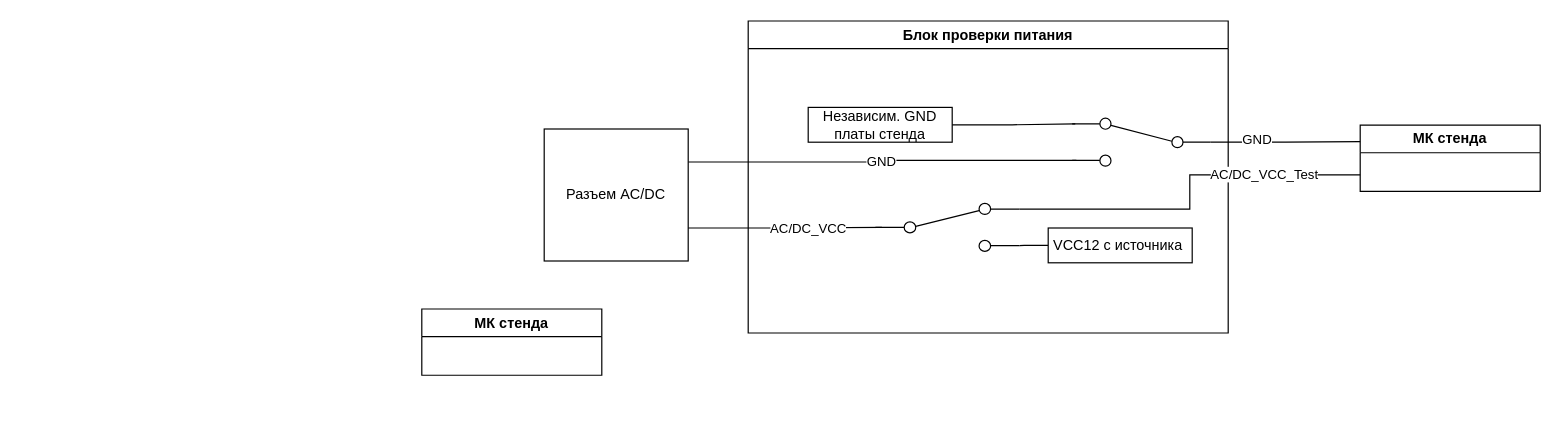
Above: page "Блок проверки питания" (2 of 5) of Schema-BTS/BTS_блок-схема.drawio in SovoN-Niko/Diagrams (draw.io), before the change. Source tidied: cells renumbered, new cells numbered last; positions are measured from the earlier drawing's top-left corner, leaving out a move shared by most shapes. Both pictures are drawn from the tidied source at 120%, with x=0, y=0 at pixel (421, 20).
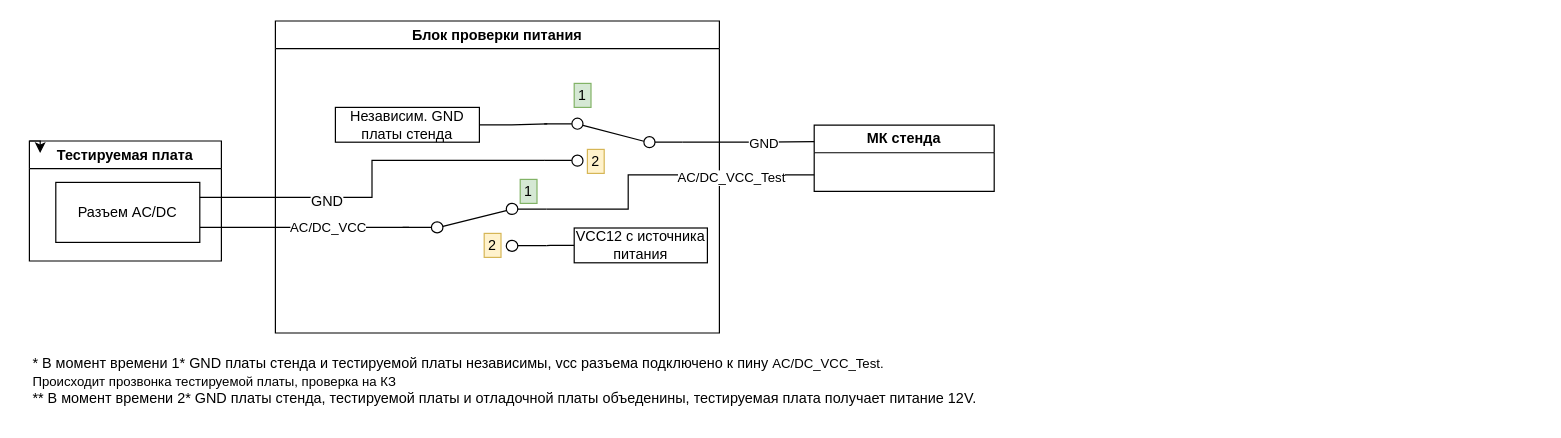
The same page after the edit.

The change refers to these unchanged cells:
```xml
<mxCell id="4" style="html=1;shape=mxgraph.electrical.electro-mechanical.twoWaySwitch;elSwitchState=2;flipH=0;flipV=0;" parent="2" vertex="1">
  <mxGeometry x="106" y="152" width="120" height="40" as="geometry" />
</mxCell>
<mxCell id="12" style="edgeStyle=orthogonalEdgeStyle;rounded=0;jettySize=auto;html=1;entryX=0;entryY=0.25;entryDx=0;entryDy=0;endArrow=none;endFill=0;" parent="1" edge="1" source="3" target="11">
  <mxGeometry relative="1" as="geometry" />
</mxCell>
```

Diff of the diagram source:
```diff
@@
     <mxCell id="2" value="Блок проверки питания" style="swimlane;whiteSpace=wrap;html=1;" parent="1" vertex="1">
-      <mxGeometry x="272" width="400" height="260" as="geometry" />
+      <mxGeometry x="-122" width="370" height="260" as="geometry" />
     </mxCell>
     <mxCell id="3" style="html=1;shape=mxgraph.electrical.electro-mechanical.twoWaySwitch;elSwitchState=2;flipH=1;" parent="2" vertex="1">
-      <mxGeometry x="270" y="81" width="115.4" height="40" as="geometry" />
+      <mxGeometry x="224" y="81" width="115.4" height="40" as="geometry" />
     </mxCell>
@@
-    <mxCell id="8" value="VCC12 с источника&amp;nbsp;" style="rounded=0;whiteSpace=wrap;html=1;" parent="2" vertex="1">
-      <mxGeometry x="250" y="172.5" width="120" height="29" as="geometry" />
+    <mxCell id="8" value="VCC12 с источника питания" style="rounded=0;whiteSpace=wrap;html=1;" parent="2" vertex="1">
+      <mxGeometry x="249" y="172.5" width="111" height="29" as="geometry" />
     </mxCell>
+    <mxCell id="20" value="1" style="text;html=1;strokeColor=#82b366;fillColor=#d5e8d4;align=center;verticalAlign=middle;whiteSpace=wrap;overflow=hidden;" parent="2" vertex="1">
+      <mxGeometry x="249" y="52" width="14" height="20" as="geometry" />
+    </mxCell>
+    <mxCell id="21" value="1" style="text;html=1;strokeColor=#82b366;fillColor=#d5e8d4;align=center;verticalAlign=middle;whiteSpace=wrap;overflow=hidden;" parent="2" vertex="1">
+      <mxGeometry x="204" y="132" width="14" height="20" as="geometry" />
+    </mxCell>
+    <mxCell id="22" value="2" style="text;html=1;strokeColor=#d6b656;fillColor=#fff2cc;align=center;verticalAlign=middle;whiteSpace=wrap;overflow=hidden;" parent="2" vertex="1">
+      <mxGeometry x="260" y="107" width="14" height="20" as="geometry" />
+    </mxCell>
+    <mxCell id="23" value="2" style="text;html=1;strokeColor=#d6b656;fillColor=#fff2cc;align=center;verticalAlign=middle;whiteSpace=wrap;overflow=hidden;" parent="2" vertex="1">
+      <mxGeometry x="174" y="177" width="14" height="20" as="geometry" />
+    </mxCell>
     <mxCell id="9" style="edgeStyle=orthogonalEdgeStyle;rounded=0;jettySize=auto;html=1;exitX=0;exitY=0.75;exitDx=0;exitDy=0;entryX=1;entryY=0.12;entryDx=0;entryDy=0;endArrow=none;endFill=0;startArrow=none;startFill=0;" parent="1" edge="1" source="11" target="4">
-      <mxGeometry relative="1" as="geometry" />
+      <mxGeometry relative="1" as="geometry">
+        <Array as="points">
+          <mxPoint x="172" y="128" />
+          <mxPoint x="172" y="157" />
+        </Array>
+      </mxGeometry>
     </mxCell>
     <mxCell id="10" value="AC/DC_VCC_Test" style="edgeLabel;html=1;align=center;verticalAlign=middle;" parent="9" vertex="1">
       <mxGeometry x="-0.4" y="-1" relative="1" as="geometry">
-        <mxPoint x="13" as="offset" />
+        <mxPoint x="5" y="3" as="offset" />
       </mxGeometry>
     </mxCell>
     <mxCell id="11" value="МК стенда" style="swimlane;whiteSpace=wrap;html=1;" parent="1" vertex="1" collapsed="1">
-      <mxGeometry x="782" y="86.8" width="150" height="55.2" as="geometry" />
+      <mxGeometry x="327" y="86.8" width="150" height="55.2" as="geometry" />
     </mxCell>
@@
     <mxCell id="13" value="GND" style="edgeLabel;html=1;align=center;verticalAlign=middle;" parent="12" vertex="1">
-      <mxGeometry x="-0.39" y="3" relative="1" as="geometry" />
+      <mxGeometry x="-0.39" y="3" relative="1" as="geometry">
+        <mxPoint x="33" y="3" as="offset" />
+      </mxGeometry>
     </mxCell>
-    <mxCell id="14" style="edgeStyle=orthogonalEdgeStyle;rounded=0;jettySize=auto;html=1;exitX=1;exitY=0.25;exitDx=0;exitDy=0;entryX=0.97;entryY=0.88;entryDx=0;entryDy=0;entryPerimeter=0;endArrow=none;endFill=0;" parent="1" edge="1" source="16" target="3">
-      <mxGeometry relative="1" as="geometry" />
-    </mxCell>
-    <mxCell id="15" value="GND" style="edgeLabel;html=1;align=center;verticalAlign=middle;" parent="14" vertex="1">
-      <mxGeometry x="-0.02" y="-2" relative="1" as="geometry">
-        <mxPoint x="1" y="-3" as="offset" />
-      </mxGeometry>
-    </mxCell>
-    <mxCell id="16" value="Разъем AC/DC" style="rounded=0;whiteSpace=wrap;html=1;" parent="1" vertex="1">
-      <mxGeometry x="102" y="90" width="120" height="110" as="geometry" />
-    </mxCell>
@@
-    <mxCell id="19" value="МК стенда" style="swimlane;whiteSpace=wrap;html=1;" parent="1" vertex="1" collapsed="1">
-      <mxGeometry y="240" width="150" height="55.2" as="geometry" />
+    <mxCell id="19" value="Тестируемая плата" style="swimlane;whiteSpace=wrap;html=1;" parent="1" vertex="1">
+      <mxGeometry x="-327" y="100" width="160" height="100" as="geometry" />
     </mxCell>
+    <mxCell id="16" value="Разъем AC/DC" style="rounded=0;whiteSpace=wrap;html=1;" parent="19" vertex="1">
+      <mxGeometry x="22" y="34.5" width="120" height="50" as="geometry" />
+    </mxCell>
+    <mxCell id="14" style="edgeStyle=orthogonalEdgeStyle;rounded=0;jettySize=auto;html=1;exitX=1;exitY=0.25;exitDx=0;exitDy=0;entryX=0.999;entryY=0.88;entryDx=0;entryDy=0;entryPerimeter=0;endArrow=none;endFill=0;" parent="1" edge="1" source="16" target="3">
+      <mxGeometry relative="1" as="geometry" />
+    </mxCell>
+    <mxCell id="15" value="&lt;span style=&quot;font-size: 12px; text-wrap: wrap; background-color: rgb(251, 251, 251);&quot;&gt;GND&lt;/span&gt;" style="edgeLabel;html=1;align=center;verticalAlign=middle;" parent="14" vertex="1">
+      <mxGeometry x="-0.17" y="4" relative="1" as="geometry">
+        <mxPoint x="-27" y="7" as="offset" />
+      </mxGeometry>
+    </mxCell>
+    <mxCell id="24" value="* В момент времени 1* GND платы стенда и тестируемой платы независимы, vcc разъема подключено к пину&amp;nbsp;&lt;span style=&quot;font-size: 11px; background-color: rgb(255, 255, 255);&quot;&gt;AC/DC_VCC_Test.&amp;nbsp;&lt;/span&gt;&lt;div&gt;&lt;span style=&quot;font-size: 11px; background-color: rgb(255, 255, 255);&quot;&gt;Происходит прозвонка тестируемой платы, проверка на КЗ&lt;/span&gt;&lt;/div&gt;" style="text;html=1;align=left;verticalAlign=middle;strokeColor=none;fillColor=none;" parent="1" vertex="1">
+      <mxGeometry x="-326" y="273" width="740" height="40" as="geometry" />
+    </mxCell>
+    <mxCell id="25" value="** В момент времени 2* GND платы стенда, тестируемой платы и отладочной платы объеденины, тестируемая плата получает питание 12V." style="text;html=1;align=left;verticalAlign=middle;strokeColor=none;fillColor=none;" parent="1" vertex="1">
+      <mxGeometry x="-326" y="300" width="810" height="30" as="geometry" />
+    </mxCell>
+    <mxCell id="26" style="edgeStyle=orthogonalEdgeStyle;rounded=0;orthogonalLoop=1;jettySize=auto;html=1;exitX=0;exitY=0;exitDx=0;exitDy=0;entryX=0.056;entryY=0.1;entryDx=0;entryDy=0;entryPerimeter=0;" parent="1" edge="1" source="19" target="19">
+      <mxGeometry relative="1" as="geometry" />
+    </mxCell>
```
